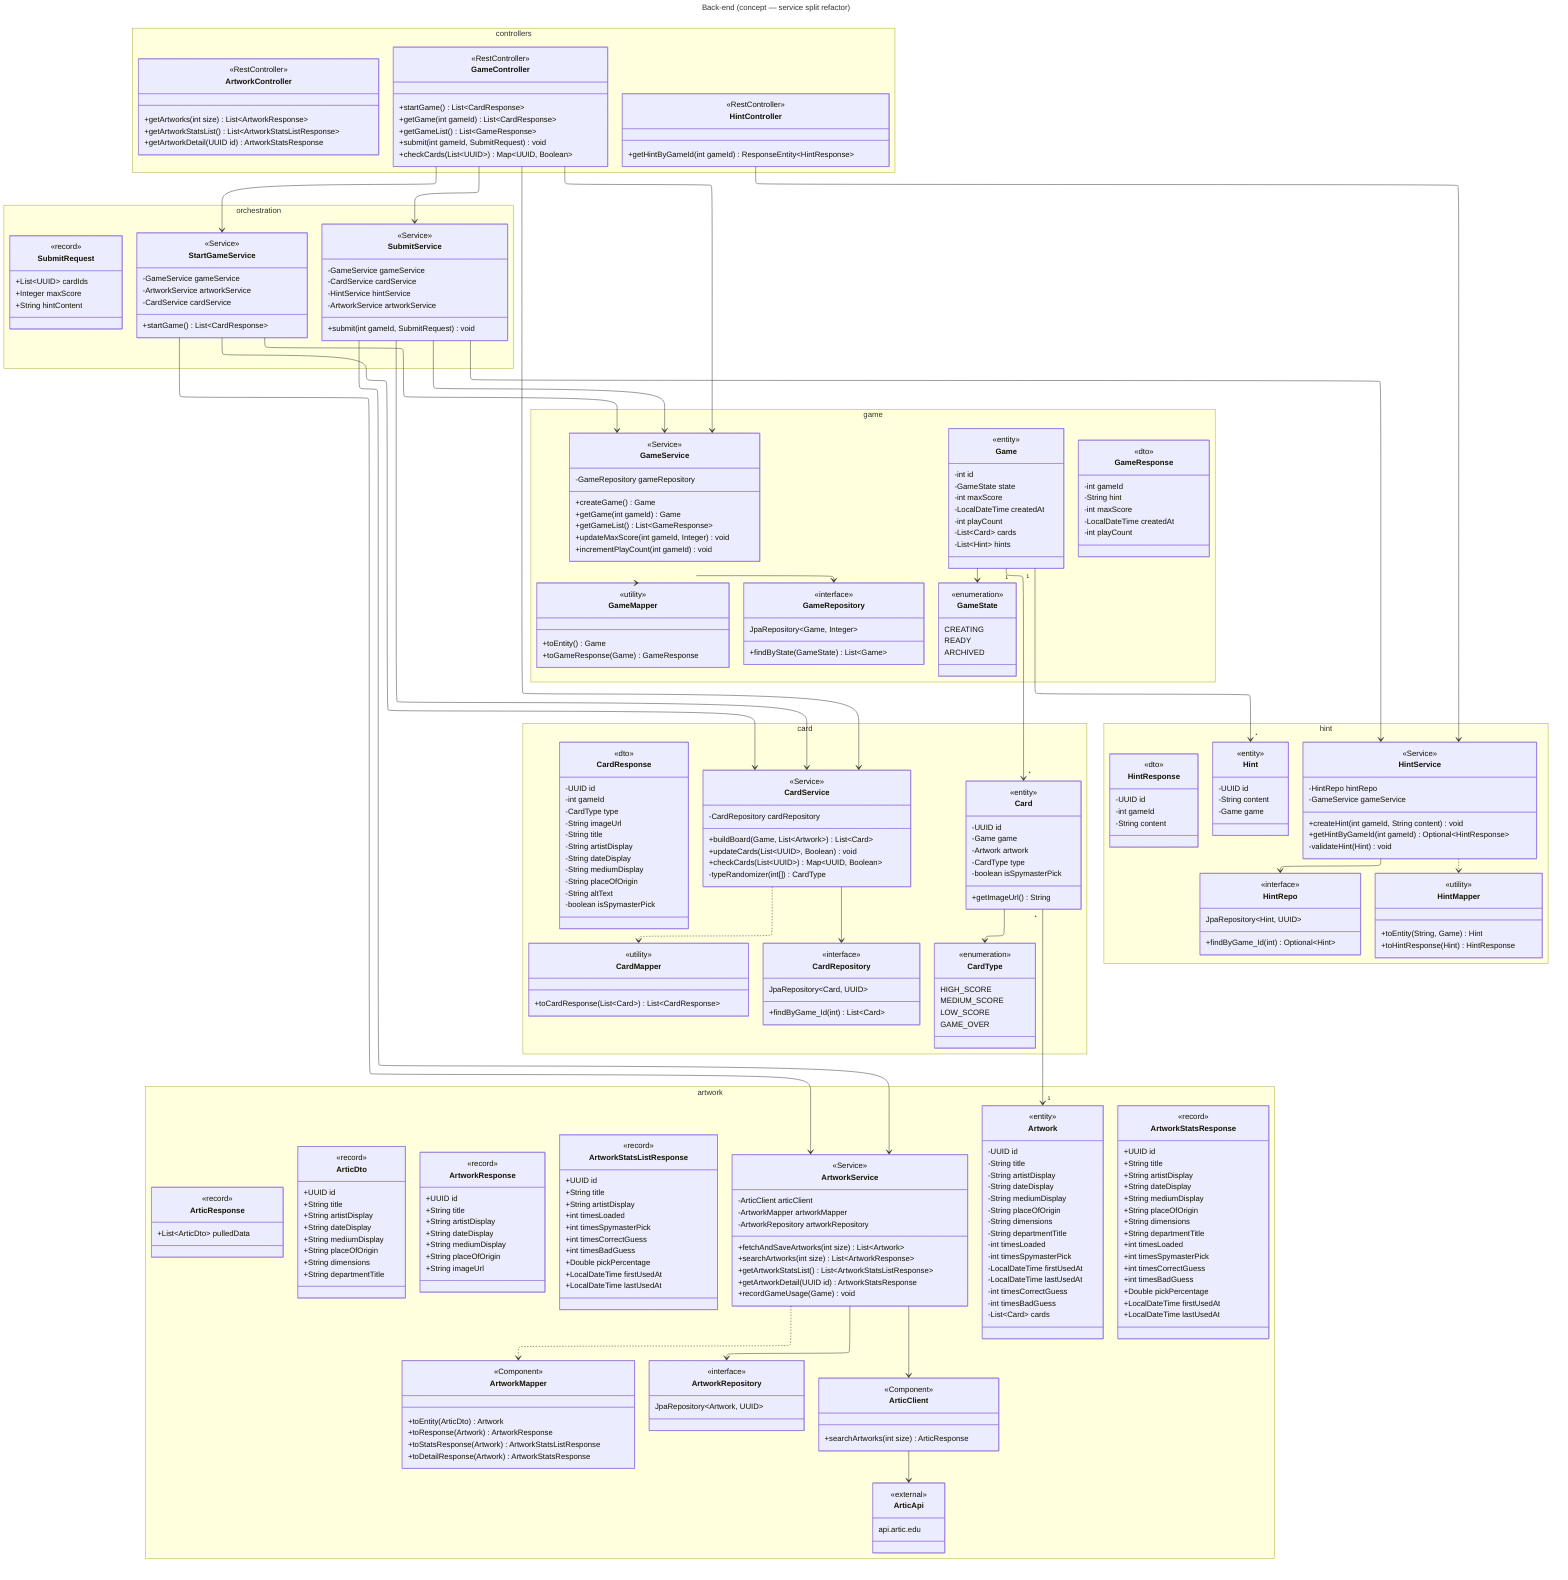
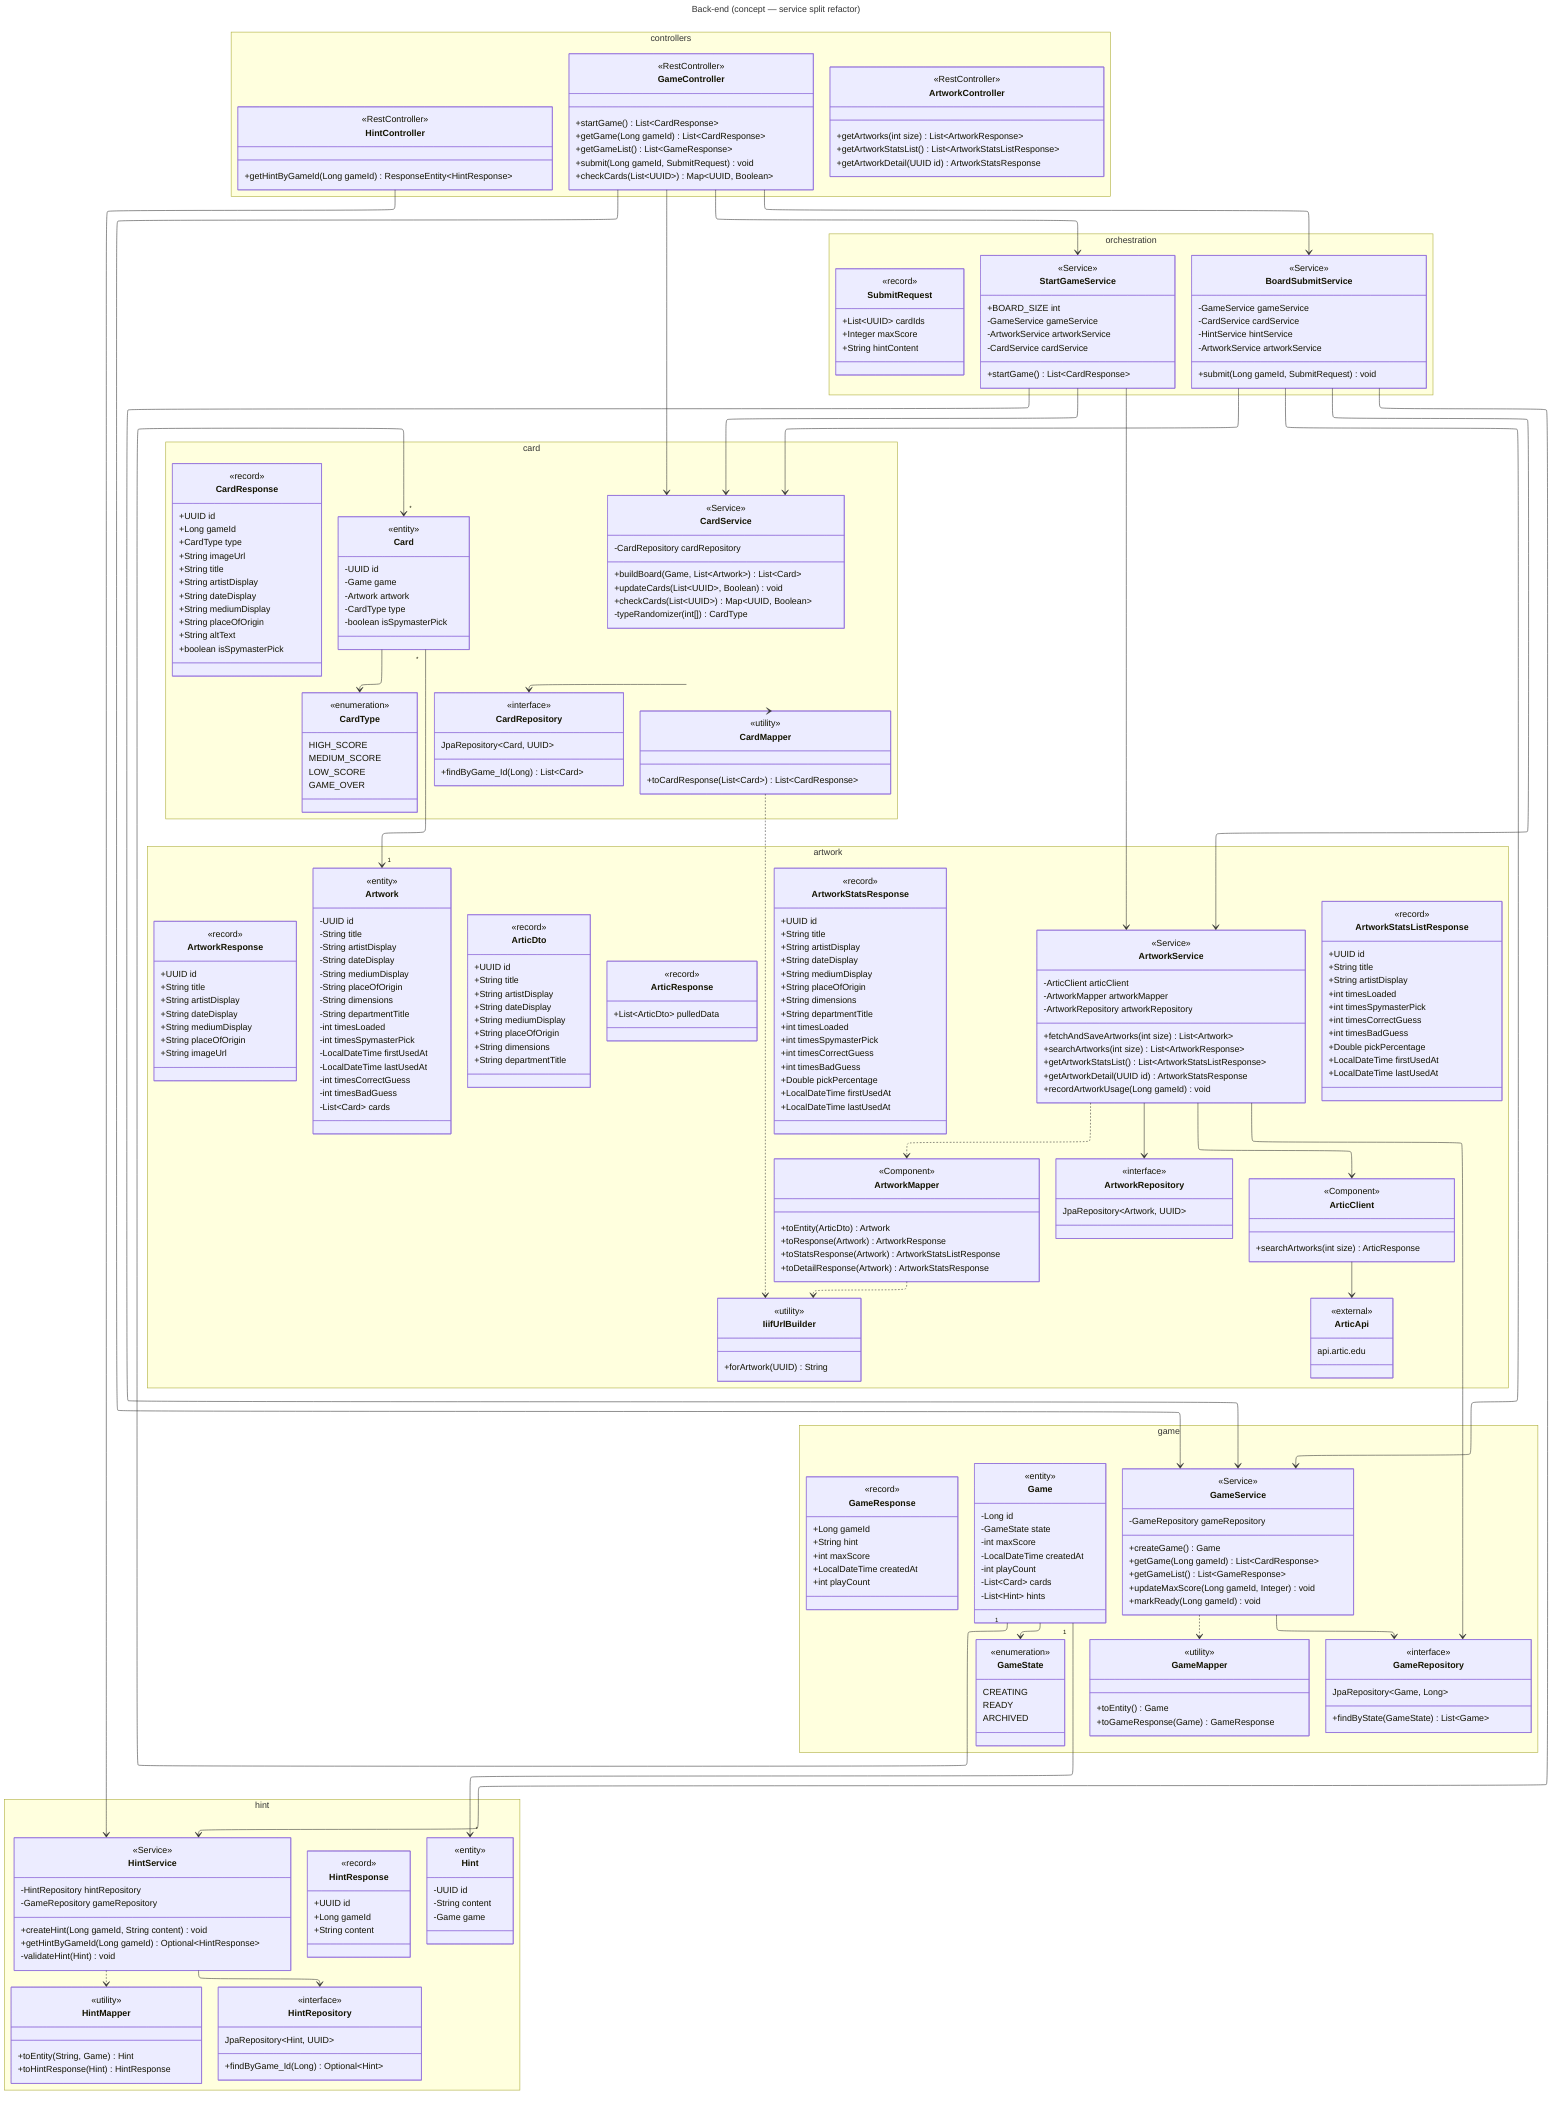
---
title: Back-end (concept — service split refactor)
config:
  flowchart:
    nodeSpacing: 50
    rankSpacing: 75
  layout: elk
---
classDiagram
    direction TB

    GameController --> StartGameService
    GameController --> GameService
    GameController --> CardService
-     GameController --> SubmitService
+     GameController --> BoardSubmitService
    HintController --> HintService

    %% --- Orchestration ---
    StartGameService --> GameService
    StartGameService --> ArtworkService
    StartGameService --> CardService

-     SubmitService --> GameService
-     SubmitService --> CardService
-     SubmitService --> HintService
-     SubmitService --> ArtworkService
+     BoardSubmitService --> GameService
+     BoardSubmitService --> CardService
+     BoardSubmitService --> HintService
+     BoardSubmitService --> ArtworkService

    %% --- Services -> repo + mapper ---
    GameService --> GameRepository
    GameService ..> GameMapper

    CardService --> CardRepository
    CardService ..> CardMapper

-     HintService --> HintRepo
+     HintService --> HintRepository
    HintService ..> HintMapper

    ArtworkService --> ArtworkRepository
    ArtworkService --> ArticClient
+     ArtworkService --> GameRepository
    ArtworkService ..> ArtworkMapper
+ 
+     ArtworkMapper ..> IiifUrlBuilder
+     CardMapper ..> IiifUrlBuilder

    %% --- Artic ---
    ArticClient --> ArticApi

    %% --- Model relationships ---
    Game "1" --> "*" Card
    Game "1" --> "*" Hint
    Game --> GameState
    Card --> CardType
    Card "*" --> "1" Artwork

    %% ============================================================
    %% CONTROLLER LAYER
    %% ============================================================
    namespace controllers {
        class GameController {
            <<RestController>>
            +startGame() List~CardResponse~
-             +getGame(int gameId) List~CardResponse~
+             +getGame(Long gameId) List~CardResponse~
            +getGameList() List~GameResponse~
-             +submit(int gameId, SubmitRequest) void
+             +submit(Long gameId, SubmitRequest) void
            +checkCards(List~UUID~) Map~UUID, Boolean~
        }
        class HintController {
            <<RestController>>
-             +getHintByGameId(int gameId) ResponseEntity~HintResponse~
+             +getHintByGameId(Long gameId) ResponseEntity~HintResponse~
        }
        class ArtworkController {
            <<RestController>>
            +getArtworks(int size) List~ArtworkResponse~
            +getArtworkStatsList() List~ArtworkStatsListResponse~
            +getArtworkDetail(UUID id) ArtworkStatsResponse
        }
    }

    %% ============================================================
    %% ORCHESTRATION LAYER
    %% ============================================================
    namespace orchestration {
        class StartGameService {
            <<Service>>
+             +BOARD_SIZE int
            -GameService gameService
            -ArtworkService artworkService
            -CardService cardService
            +startGame() List~CardResponse~
        }
-         class SubmitService {
+         class BoardSubmitService {
            <<Service>>
            -GameService gameService
            -CardService cardService
            -HintService hintService
            -ArtworkService artworkService
-             +submit(int gameId, SubmitRequest) void
+             +submit(Long gameId, SubmitRequest) void
        }
        class SubmitRequest {
            <<record>>
            +List~UUID~ cardIds
            +Integer maxScore
            +String hintContent
        }
    }

    %% ============================================================
    %% GAME
    %% ============================================================
    namespace game {
        class GameService {
            <<Service>>
            -GameRepository gameRepository
            +createGame() Game
-             +getGame(int gameId) Game
+             +getGame(Long gameId) List~CardResponse~
            +getGameList() List~GameResponse~
-             +updateMaxScore(int gameId, Integer) void
-             +incrementPlayCount(int gameId) void
+             +updateMaxScore(Long gameId, Integer) void
+             +markReady(Long gameId) void
        }
        class GameMapper {
            <<utility>>
            +toEntity() Game
            +toGameResponse(Game) GameResponse
        }
        class GameRepository {
            <<interface>>
-             JpaRepository~Game, Integer~
+             JpaRepository~Game, Long~
            +findByState(GameState) List~Game~
        }
        class Game {
            <<entity>>
-             -int id
+             -Long id
            -GameState state
            -int maxScore
            -LocalDateTime createdAt
            -int playCount
            -List~Card~ cards
            -List~Hint~ hints
        }
        class GameState {
            <<enumeration>>
            CREATING
            READY
            ARCHIVED
        }
        class GameResponse {
-             <<dto>>
-             -int gameId
-             -String hint
-             -int maxScore
-             -LocalDateTime createdAt
-             -int playCount
+             <<record>>
+             +Long gameId
+             +String hint
+             +int maxScore
+             +LocalDateTime createdAt
+             +int playCount
        }
    }

    %% ============================================================
    %% CARD
    %% ============================================================
    namespace card {
        class CardService {
            <<Service>>
            -CardRepository cardRepository
            +buildBoard(Game, List~Artwork~) List~Card~
            +updateCards(List~UUID~, Boolean) void
            +checkCards(List~UUID~) Map~UUID, Boolean~
            -typeRandomizer(int[]) CardType
        }
        class CardMapper {
            <<utility>>
            +toCardResponse(List~Card~) List~CardResponse~
        }
        class CardRepository {
            <<interface>>
            JpaRepository~Card, UUID~
-             +findByGame_Id(int) List~Card~
+             +findByGame_Id(Long) List~Card~
        }
        class Card {
            <<entity>>
            -UUID id
            -Game game
            -Artwork artwork
            -CardType type
            -boolean isSpymasterPick
-             +getImageUrl() String
        }
        class CardType {
            <<enumeration>>
            HIGH_SCORE
            MEDIUM_SCORE
            LOW_SCORE
            GAME_OVER
        }
        class CardResponse {
-             <<dto>>
-             -UUID id
-             -int gameId
-             -CardType type
-             -String imageUrl
-             -String title
-             -String artistDisplay
-             -String dateDisplay
-             -String mediumDisplay
-             -String placeOfOrigin
-             -String altText
-             -boolean isSpymasterPick
+             <<record>>
+             +UUID id
+             +Long gameId
+             +CardType type
+             +String imageUrl
+             +String title
+             +String artistDisplay
+             +String dateDisplay
+             +String mediumDisplay
+             +String placeOfOrigin
+             +String altText
+             +boolean isSpymasterPick
        }
    }

    %% ============================================================
    %% HINT
    %% ============================================================
    namespace hint {
        class HintService {
            <<Service>>
-             -HintRepo hintRepo
-             -GameService gameService
-             +createHint(int gameId, String content) void
-             +getHintByGameId(int gameId) Optional~HintResponse~
+             -HintRepository hintRepository
+             -GameRepository gameRepository
+             +createHint(Long gameId, String content) void
+             +getHintByGameId(Long gameId) Optional~HintResponse~
            -validateHint(Hint) void
        }
        class HintMapper {
            <<utility>>
            +toEntity(String, Game) Hint
            +toHintResponse(Hint) HintResponse
        }
-         class HintRepo {
+         class HintRepository {
            <<interface>>
            JpaRepository~Hint, UUID~
-             +findByGame_Id(int) Optional~Hint~
+             +findByGame_Id(Long) Optional~Hint~
        }
        class Hint {
            <<entity>>
            -UUID id
            -String content
            -Game game
        }
        class HintResponse {
-             <<dto>>
-             -UUID id
-             -int gameId
-             -String content
+             <<record>>
+             +UUID id
+             +Long gameId
+             +String content
        }
    }

    %% ============================================================
    %% ARTWORK
    %% ============================================================
    namespace artwork {
        class ArtworkService {
            <<Service>>
            -ArticClient articClient
            -ArtworkMapper artworkMapper
            -ArtworkRepository artworkRepository
            +fetchAndSaveArtworks(int size) List~Artwork~
            +searchArtworks(int size) List~ArtworkResponse~
            +getArtworkStatsList() List~ArtworkStatsListResponse~
            +getArtworkDetail(UUID id) ArtworkStatsResponse
-             +recordGameUsage(Game) void
+             +recordArtworkUsage(Long gameId) void
        }
        class ArtworkMapper {
            <<Component>>
            +toEntity(ArticDto) Artwork
            +toResponse(Artwork) ArtworkResponse
            +toStatsResponse(Artwork) ArtworkStatsListResponse
            +toDetailResponse(Artwork) ArtworkStatsResponse
        }
        class ArticClient {
            <<Component>>
            +searchArtworks(int size) ArticResponse
        }
        class ArticApi {
            <<external>>
            api.artic.edu
        }
        class ArtworkRepository {
            <<interface>>
            JpaRepository~Artwork, UUID~
        }
        class Artwork {
            <<entity>>
            -UUID id
            -String title
            -String artistDisplay
            -String dateDisplay
            -String mediumDisplay
            -String placeOfOrigin
            -String dimensions
            -String departmentTitle
            -int timesLoaded
            -int timesSpymasterPick
            -LocalDateTime firstUsedAt
            -LocalDateTime lastUsedAt
            -int timesCorrectGuess
            -int timesBadGuess
            -List~Card~ cards
        }
+         class IiifUrlBuilder {
+             <<utility>>
+             +forArtwork(UUID) String
+         }
        class ArtworkResponse {
            <<record>>
            +UUID id
            +String title
            +String artistDisplay
            +String dateDisplay
            +String mediumDisplay
            +String placeOfOrigin
            +String imageUrl
        }
        class ArtworkStatsResponse {
            <<record>>
            +UUID id
            +String title
            +String artistDisplay
            +String dateDisplay
            +String mediumDisplay
            +String placeOfOrigin
            +String dimensions
            +String departmentTitle
            +int timesLoaded
            +int timesSpymasterPick
            +int timesCorrectGuess
            +int timesBadGuess
            +Double pickPercentage
            +LocalDateTime firstUsedAt
            +LocalDateTime lastUsedAt
        }
        class ArtworkStatsListResponse {
            <<record>>
            +UUID id
            +String title
            +String artistDisplay
            +int timesLoaded
            +int timesSpymasterPick
            +int timesCorrectGuess
            +int timesBadGuess
            +Double pickPercentage
            +LocalDateTime firstUsedAt
            +LocalDateTime lastUsedAt
        }
        class ArticResponse {
            <<record>>
            +List~ArticDto~ pulledData
        }
        class ArticDto {
            <<record>>
            +UUID id
            +String title
            +String artistDisplay
            +String dateDisplay
            +String mediumDisplay
            +String placeOfOrigin
            +String dimensions
            +String departmentTitle
        }
    }